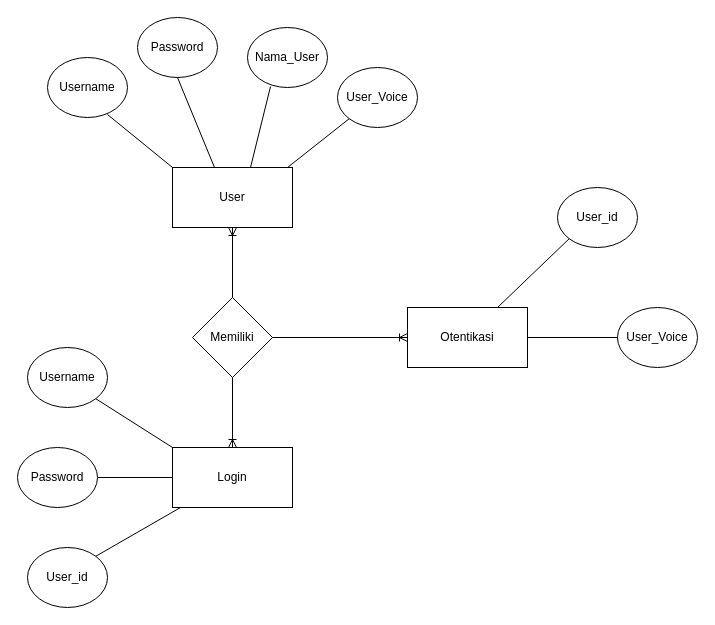
This is ERD.drawio from karageee/Login-system-and-gmm-voice-auth, a draw.io file, before an edit. Source tidied: cells renumbered, new cells numbered last; positions are measured from the earlier drawing's top-left corner, leaving out a move shared by most shapes. Both pictures are drawn from the tidied source at 100%, with x=0, y=0 at pixel (17, 17).
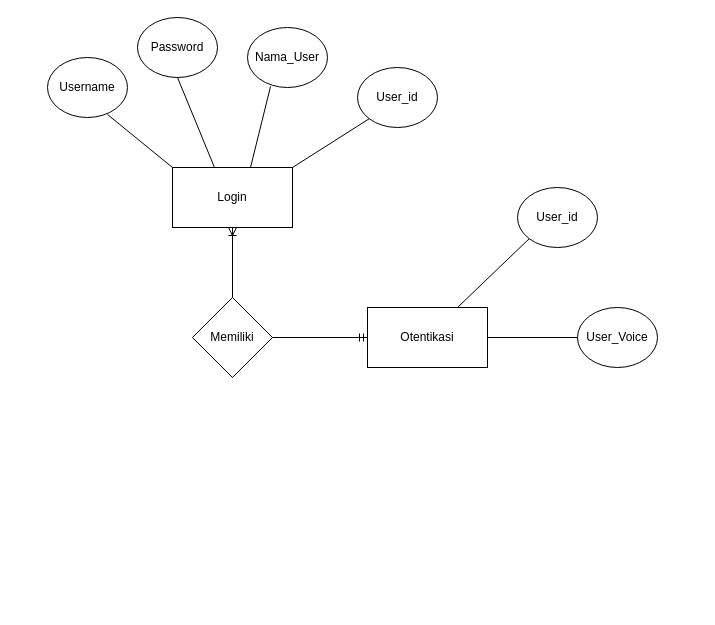
The same page after the edit.

The change refers to these unchanged cells:
```xml
<mxCell id="14" value="Memiliki" style="rhombus;whiteSpace=wrap;html=1;" parent="1" vertex="1">
  <mxGeometry x="175" y="280" width="80" height="80" as="geometry" />
</mxCell>
```

Change to the diagram source:
```diff
@@
-    <mxCell id="2" style="edgeStyle=orthogonalEdgeStyle;rounded=0;jettySize=auto;html=1;entryX=0.5;entryY=1;entryDx=0;entryDy=0;startArrow=ERoneToMany;startFill=0;endArrow=none;endFill=0;" parent="1" edge="1" source="3" target="14">
-      <mxGeometry relative="1" as="geometry" />
-    </mxCell>
-    <mxCell id="3" value="Login" style="rounded=0;whiteSpace=wrap;html=1;" parent="1" vertex="1">
-      <mxGeometry x="155" y="430" width="120" height="60" as="geometry" />
-    </mxCell>
@@
-    <mxCell id="5" value="User" style="rounded=0;whiteSpace=wrap;html=1;" parent="1" vertex="1">
+    <mxCell id="5" value="Login" style="rounded=0;whiteSpace=wrap;html=1;" parent="1" vertex="1">
       <mxGeometry x="155" y="150" width="120" height="60" as="geometry" />
     </mxCell>
@@
-    <mxCell id="12" value="User_Voice" style="ellipse;whiteSpace=wrap;html=1;" parent="1" vertex="1">
-      <mxGeometry x="320" y="50" width="80" height="60" as="geometry" />
-    </mxCell>
-    <mxCell id="13" style="endArrow=none;html=1;entryX=0;entryY=1;entryDx=0;entryDy=0;" parent="1" edge="1" target="12">
-      <mxGeometry relative="1" as="geometry">
-        <mxPoint x="270" y="150" as="sourcePoint" />
-      </mxGeometry>
-    </mxCell>
@@
-    <mxCell id="15" style="edgeStyle=orthogonalEdgeStyle;rounded=0;jettySize=auto;html=1;entryX=0;entryY=0.5;entryDx=0;entryDy=0;startArrow=none;startFill=0;endArrow=none;endFill=0;" parent="1" edge="1" source="16" target="3">
-      <mxGeometry relative="1" as="geometry" />
-    </mxCell>
-    <mxCell id="16" value="Password" style="ellipse;whiteSpace=wrap;html=1;" parent="1" vertex="1">
-      <mxGeometry y="430" width="80" height="60" as="geometry" />
-    </mxCell>
-    <mxCell id="17" value="User_id" style="ellipse;whiteSpace=wrap;html=1;" parent="1" vertex="1">
-      <mxGeometry x="10" y="530" width="80" height="60" as="geometry" />
-    </mxCell>
-    <mxCell id="18" style="endArrow=none;html=1;exitX=1;exitY=0;exitDx=0;exitDy=0;" parent="1" edge="1" source="17">
-      <mxGeometry relative="1" as="geometry">
-        <mxPoint x="163" y="490" as="targetPoint" />
-      </mxGeometry>
-    </mxCell>
-    <mxCell id="19" value="Username" style="ellipse;whiteSpace=wrap;html=1;" parent="1" vertex="1">
-      <mxGeometry x="10" y="330" width="80" height="60" as="geometry" />
-    </mxCell>
-    <mxCell id="20" style="endArrow=none;html=1;exitX=1;exitY=1;exitDx=0;exitDy=0;entryX=0;entryY=0;entryDx=0;entryDy=0;" parent="1" edge="1" source="19" target="3">
-      <mxGeometry relative="1" as="geometry" />
-    </mxCell>
-    <mxCell id="21" style="edgeStyle=orthogonalEdgeStyle;rounded=0;jettySize=auto;html=1;entryX=1;entryY=0.5;entryDx=0;entryDy=0;startArrow=ERoneToMany;startFill=0;endArrow=none;endFill=0;" parent="1" edge="1" source="22" target="14">
+    <mxCell id="21" style="edgeStyle=orthogonalEdgeStyle;rounded=0;jettySize=auto;html=1;entryX=1;entryY=0.5;entryDx=0;entryDy=0;startArrow=ERmandOne;startFill=0;endArrow=none;endFill=0;" parent="1" edge="1" source="22" target="14">
       <mxGeometry relative="1" as="geometry" />
     </mxCell>
     <mxCell id="22" value="Otentikasi" style="rounded=0;whiteSpace=wrap;html=1;" parent="1" vertex="1">
-      <mxGeometry x="390" y="290" width="120" height="60" as="geometry" />
+      <mxGeometry x="350" y="290" width="120" height="60" as="geometry" />
     </mxCell>
     <mxCell id="23" value="User_id" style="ellipse;whiteSpace=wrap;html=1;" parent="1" vertex="1">
-      <mxGeometry x="540" y="170" width="80" height="60" as="geometry" />
+      <mxGeometry x="500" y="170" width="80" height="60" as="geometry" />
     </mxCell>
@@
     <mxCell id="25" value="User_Voice" style="ellipse;whiteSpace=wrap;html=1;" parent="1" vertex="1">
-      <mxGeometry x="600" y="290" width="80" height="60" as="geometry" />
+      <mxGeometry x="560" y="290" width="80" height="60" as="geometry" />
     </mxCell>
@@
+    <mxCell id="17" value="User_id" style="ellipse;whiteSpace=wrap;html=1;" parent="1" vertex="1">
+      <mxGeometry x="340" y="50" width="80" height="60" as="geometry" />
+    </mxCell>
+    <mxCell id="27" style="endArrow=none;html=1;exitX=1;exitY=0;exitDx=0;exitDy=0;entryX=0;entryY=1;entryDx=0;entryDy=0;" parent="1" edge="1" source="5" target="17">
+      <mxGeometry relative="1" as="geometry" />
+    </mxCell>
```
